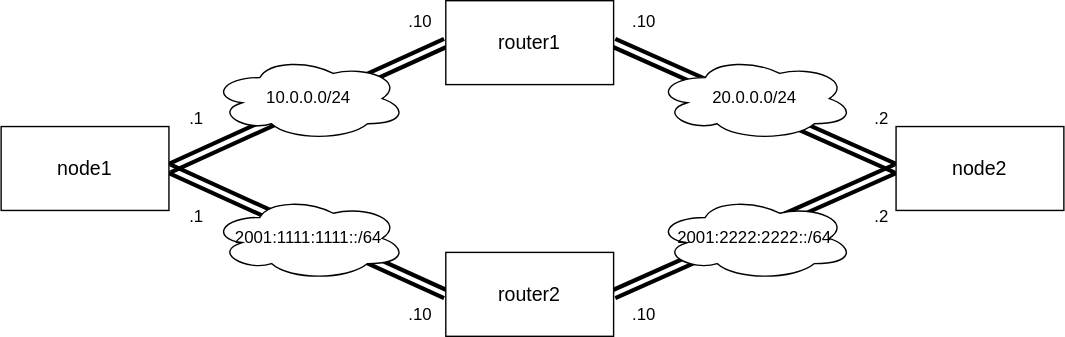
Above: Test-Infrastracture/Docker/docker-and-ipcmd_example/topology.drawio.svg in shin-ch13/network-lab (draw.io), before the change. Source tidied: cells renumbered, new cells last; positions are measured from the earlier drawing's top-left corner, leaving out a move shared by most shapes.
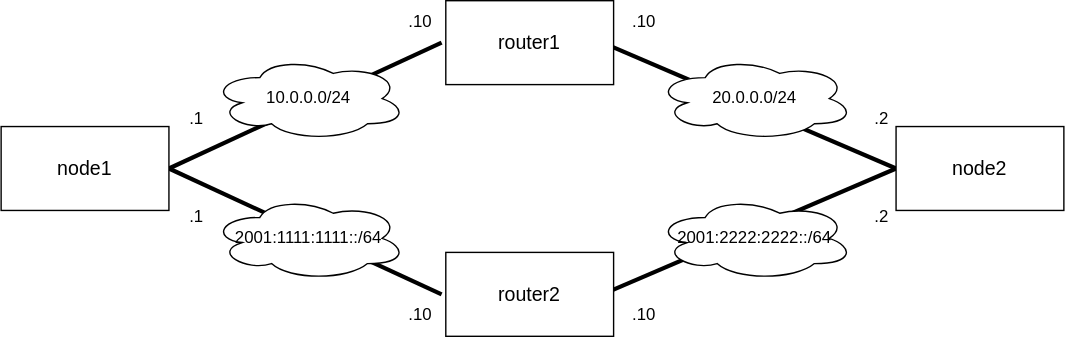
Above is the later version.

What changed in the source:
```diff
@@ -2,24 +2,27 @@
   <root>
     <mxCell id="0" />
     <mxCell id="1" parent="0" />
+    <mxCell id="22" style="endArrow=none;html=1;fontSize=14;strokeColor=#000000;strokeWidth=3;exitX=1;exitY=0.5;exitDx=0;exitDy=0;entryX=0.75;entryY=0;entryDx=0;entryDy=0;" parent="1" edge="1" source="4" target="21">
+      <mxGeometry relative="1" as="geometry" />
+    </mxCell>
+    <mxCell id="23" style="endArrow=none;html=1;fontSize=14;strokeColor=#000000;strokeWidth=3;entryX=0;entryY=1;entryDx=0;entryDy=0;exitX=0;exitY=0.5;exitDx=0;exitDy=0;" parent="1" edge="1" source="9" target="19">
+      <mxGeometry relative="1" as="geometry" />
+    </mxCell>
+    <mxCell id="24" style="endArrow=none;html=1;fontSize=14;strokeColor=#000000;strokeWidth=3;entryX=0;entryY=0;entryDx=0;entryDy=0;exitX=0;exitY=0.5;exitDx=0;exitDy=0;" parent="1" edge="1" source="9" target="20">
+      <mxGeometry relative="1" as="geometry" />
+    </mxCell>
+    <mxCell id="25" style="endArrow=none;html=1;fontSize=14;strokeColor=#000000;strokeWidth=3;entryX=0.75;entryY=1;entryDx=0;entryDy=0;exitX=1;exitY=0.5;exitDx=0;exitDy=0;" parent="1" edge="1" source="4" target="18">
+      <mxGeometry relative="1" as="geometry" />
+    </mxCell>
-    <mxCell id="2" style="edgeStyle=none;html=1;exitX=1;exitY=0.5;exitDx=0;exitDy=0;entryX=0;entryY=0.5;entryDx=0;entryDy=0;shape=link;strokeWidth=3;strokeColor=#000000;" parent="1" edge="1" source="4" target="6">
+    <mxCell id="2" style="edgeStyle=none;html=1;exitX=1;exitY=0.5;exitDx=0;exitDy=0;entryX=0;entryY=0.5;entryDx=0;entryDy=0;shape=link;strokeWidth=3;strokeColor=none;" parent="1" edge="1" source="4" target="6">
       <mxGeometry relative="1" as="geometry" />
     </mxCell>
-    <mxCell id="3" style="edgeStyle=none;shape=link;html=1;exitX=1;exitY=0.5;exitDx=0;exitDy=0;entryX=0;entryY=0.5;entryDx=0;entryDy=0;strokeColor=#000000;strokeWidth=3;" parent="1" edge="1" source="4" target="8">
-      <mxGeometry relative="1" as="geometry" />
-    </mxCell>
     <mxCell id="4" value="node1" style="rounded=0;whiteSpace=wrap;html=1;fontSize=14;" parent="1" vertex="1">
       <mxGeometry y="90" width="120" height="60" as="geometry" />
     </mxCell>
-    <mxCell id="5" style="edgeStyle=none;shape=link;html=1;exitX=1;exitY=0.5;exitDx=0;exitDy=0;entryX=0;entryY=0.5;entryDx=0;entryDy=0;strokeColor=#000000;strokeWidth=3;" parent="1" edge="1" source="6" target="9">
-      <mxGeometry relative="1" as="geometry" />
-    </mxCell>
     <mxCell id="6" value="router1" style="rounded=0;whiteSpace=wrap;html=1;fontSize=14;" parent="1" vertex="1">
       <mxGeometry x="318" width="120" height="60" as="geometry" />
     </mxCell>
-    <mxCell id="7" style="edgeStyle=none;shape=link;html=1;exitX=1;exitY=0.5;exitDx=0;exitDy=0;entryX=0;entryY=0.5;entryDx=0;entryDy=0;strokeColor=#000000;strokeWidth=3;" parent="1" edge="1" source="8" target="9">
-      <mxGeometry relative="1" as="geometry" />
-    </mxCell>
     <mxCell id="8" value="router2" style="rounded=0;whiteSpace=wrap;html=1;fontSize=14;" parent="1" vertex="1">
       <mxGeometry x="318" y="180" width="120" height="60" as="geometry" />
     </mxCell>
@@ -62,5 +65,11 @@
     <mxCell id="21" value=".10" style="text;html=1;strokeColor=none;fillColor=none;align=center;verticalAlign=middle;whiteSpace=wrap;rounded=0;" parent="1" vertex="1">
       <mxGeometry x="270" y="210" width="60" height="30" as="geometry" />
     </mxCell>
+    <mxCell id="26" style="edgeStyle=none;html=1;exitX=1;exitY=0.5;exitDx=0;exitDy=0;entryX=0;entryY=0.5;entryDx=0;entryDy=0;shape=link;strokeWidth=3;strokeColor=none;" parent="1" edge="1">
+      <mxGeometry relative="1" as="geometry">
+        <mxPoint x="130" y="130" as="sourcePoint" />
+        <mxPoint x="328" y="40" as="targetPoint" />
+      </mxGeometry>
+    </mxCell>
   </root>
 </mxGraphModel>
```
